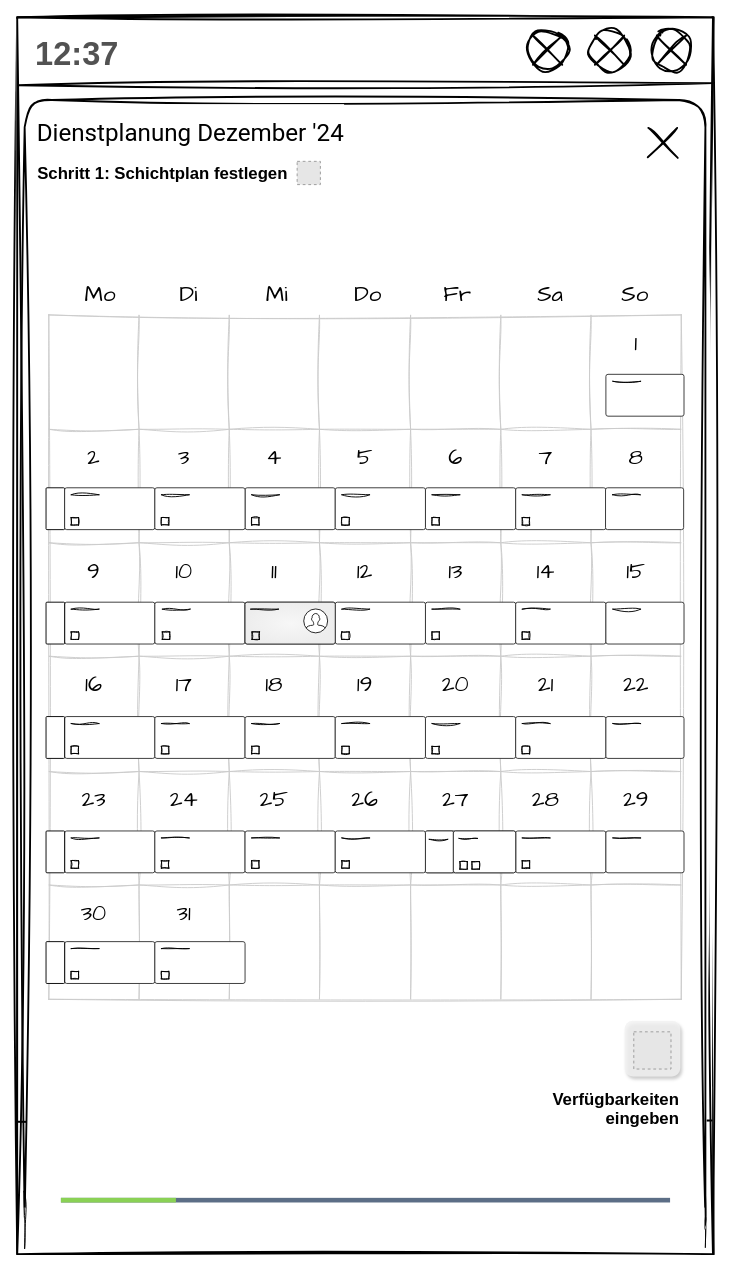
Above: page "SE_SchichtAufteilen" (4 of 8) of 5_Pitch/Mockup_UserFlow_CreateWorkSchedule.drawio in annikalenneper/praxisprojekt_mi_bachelor_SoSe24 (draw.io), before the change. Source tidied: cells renumbered, new cells numbered last; positions are measured from the earlier drawing's top-left corner, leaving out a move shared by most shapes. Both pictures are drawn from the tidied source at 93%, with x=0, y=0 at pixel (17, 17). Pictures stored in the file or linked from it are replaced by grey dashed boxes.
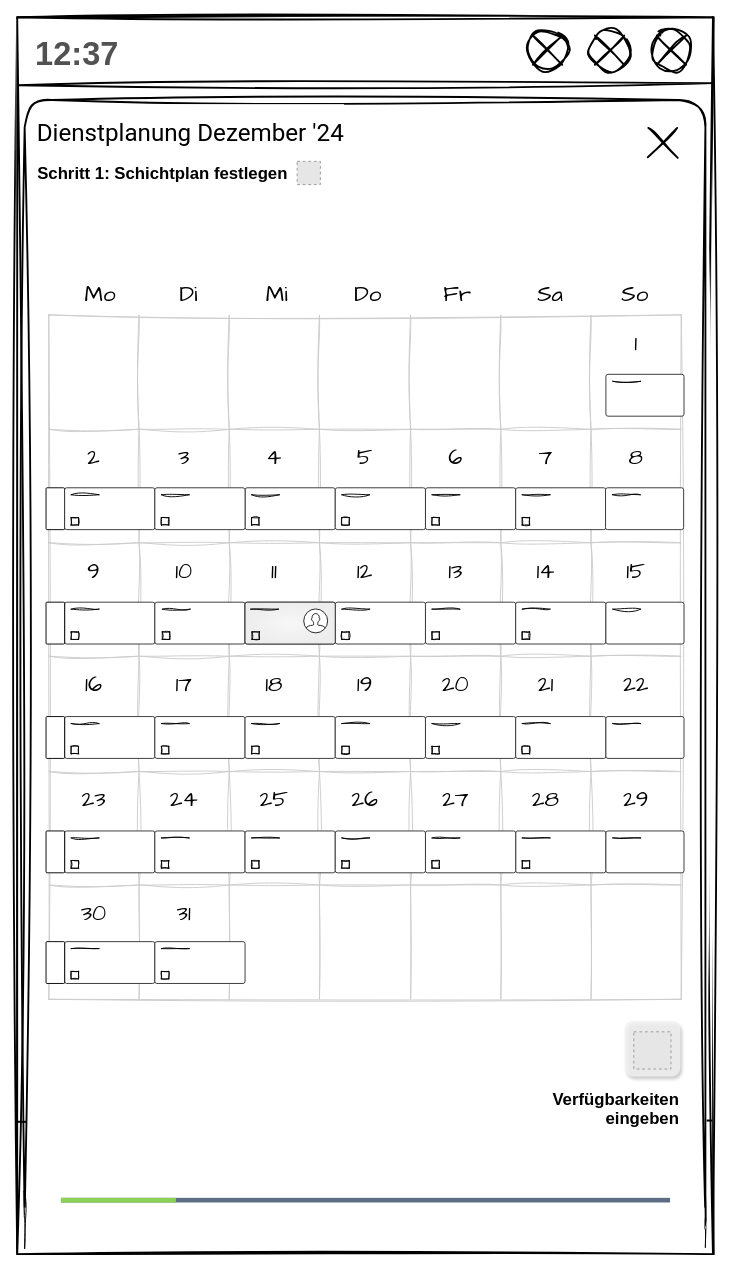
Above is the later version.

Diff of the diagram source:
```diff
@@
-    <mxCell id="243" parent="0" />
-    <mxCell id="244" parent="0" />
-    <mxCell id="245" style="rounded=1;whiteSpace=wrap;html=1;arcSize=5;strokeColor=#333333;" parent="244" vertex="1">
-      <mxGeometry x="439" y="875" width="30" height="45" as="geometry" />
-    </mxCell>
-    <mxCell id="246" style="rounded=1;whiteSpace=wrap;html=1;arcSize=5;strokeColor=#333333;" parent="244" vertex="1">
-      <mxGeometry x="469" y="875" width="67" height="45" as="geometry" />
-    </mxCell>
-    <mxCell id="247" style="whiteSpace=wrap;html=1;sketch=1;curveFitting=1;jiggle=2;" parent="244" vertex="1">
-      <mxGeometry x="476" y="908" width="8" height="8" as="geometry" />
-    </mxCell>
-    <mxCell id="248" style="whiteSpace=wrap;html=1;sketch=1;curveFitting=1;jiggle=2;" parent="244" vertex="1">
-      <mxGeometry x="489" y="908" width="8" height="8" as="geometry" />
-    </mxCell>
-    <mxCell id="249" style="endArrow=none;html=1;rounded=0;sketch=1;curveFitting=1;jiggle=2;" parent="244" edge="1">
-      <mxGeometry relative="1" as="geometry">
-        <mxPoint x="443" y="884" as="sourcePoint" />
-        <mxPoint x="463" y="884" as="targetPoint" />
-      </mxGeometry>
-    </mxCell>
-    <mxCell id="250" style="endArrow=none;html=1;rounded=0;sketch=1;curveFitting=1;jiggle=2;" parent="244" edge="1">
-      <mxGeometry relative="1" as="geometry">
-        <mxPoint x="475" y="883" as="sourcePoint" />
-        <mxPoint x="495" y="883" as="targetPoint" />
-      </mxGeometry>
-    </mxCell>
```
